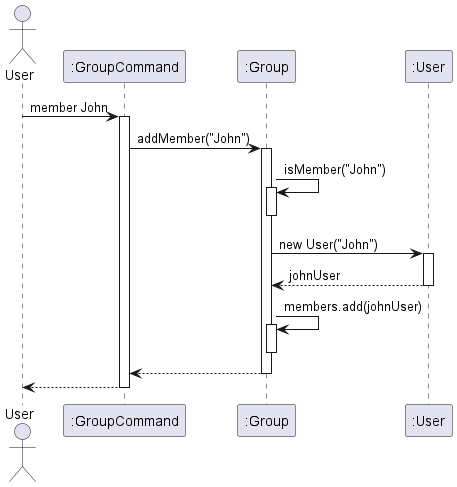
Earlier version of the PlantUML export docs/images/addMember1.png (mukund1403/tp).
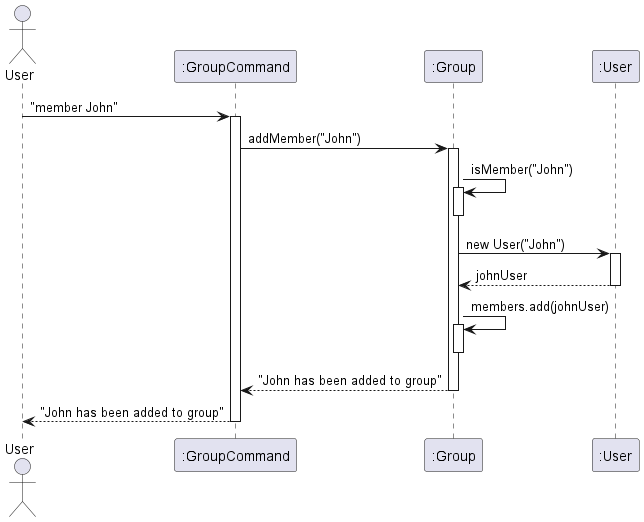
The same diagram one commit later.

The edit, as a diff of the source:
```diff
@@ -4,7 +4,7 @@
 participant ":Group" as Group
 participant ":User" as JohnUser
 
-User -> GroupCommand: member John
+User -> GroupCommand: "member John"
 activate GroupCommand
 GroupCommand -> Group: addMember("John")
 activate Group
@@ -22,8 +22,8 @@
 activate Group
 deactivate Group
 
-Group --> GroupCommand
+Group --> GroupCommand: "John has been added to group"
 deactivate Group
-GroupCommand --> User
+GroupCommand --> User: "John has been added to group"
 deactivate GroupCommand
 @enduml
```
